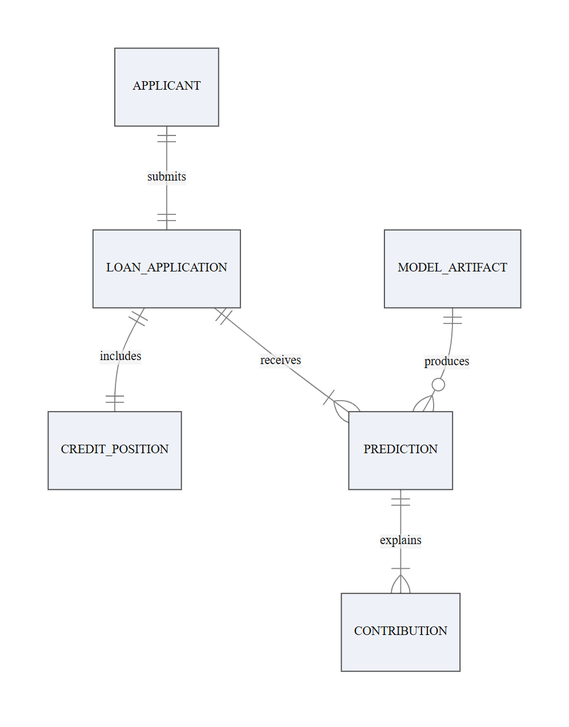
Earlier version of the Mermaid export report/assets/figures/fig-3-3-erd.png (gursimrannkaurr/credoscore). Its source is kept beside it as report/diagrams/fig-3-3-erd.mmd.
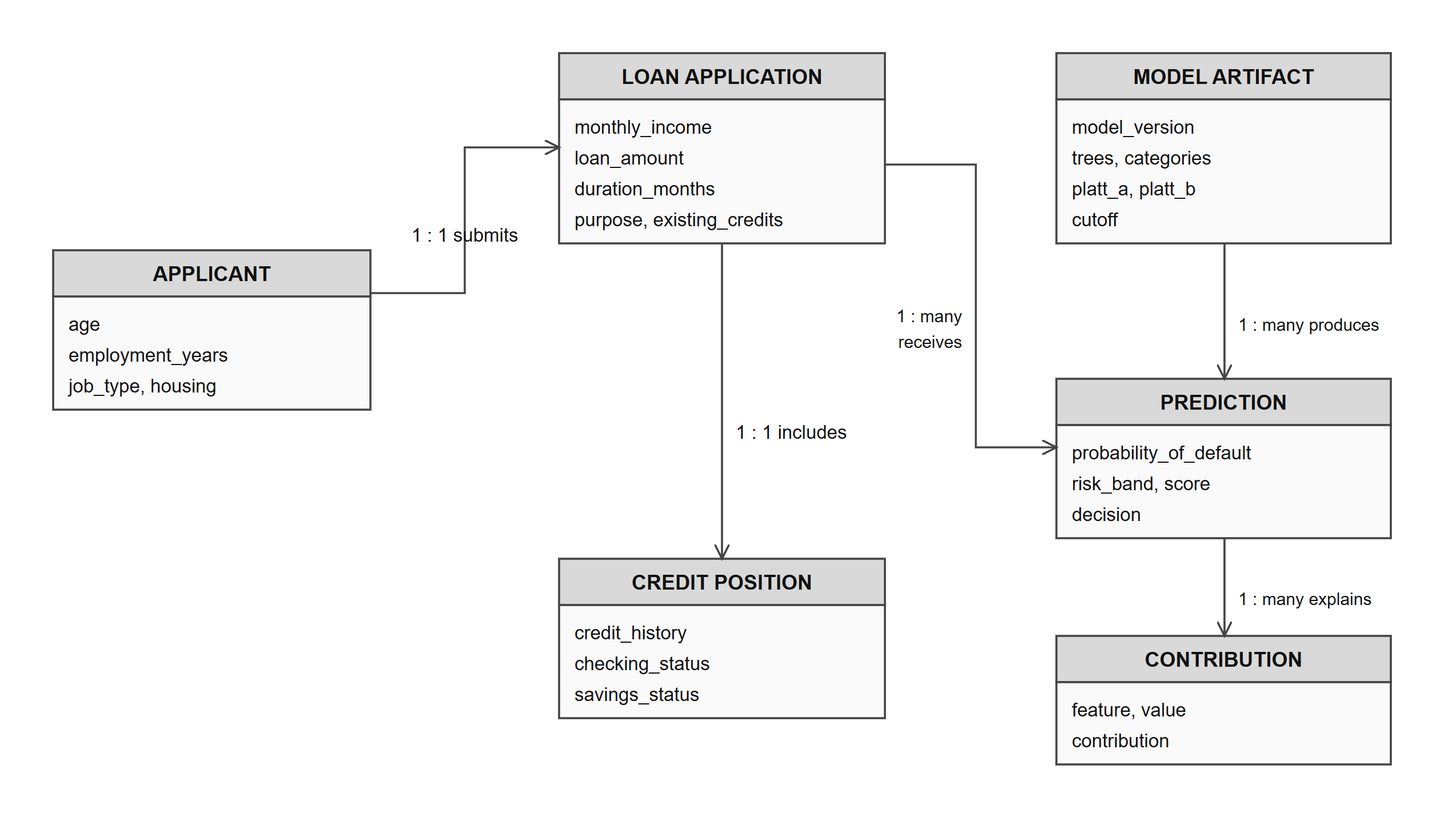
The same file after the commit.

The edit, as a diff of the source:
```diff
@@ -1,6 +1,49 @@
 erDiagram
- APPLICANT ||--|| LOAN_APPLICATION : submits
- LOAN_APPLICATION ||--|| CREDIT_POSITION : includes
- LOAN_APPLICATION ||--|{ PREDICTION : receives
- MODEL_ARTIFACT ||--o{ PREDICTION : produces
- PREDICTION ||--|{ CONTRIBUTION : explains
+    APPLICANT ||--o{ LOAN_APPLICATION : submits
+    LOAN_APPLICATION ||--|| CREDIT_POSITION : has
+    LOAN_APPLICATION ||--|| PREDICTION : receives
+    MODEL_ARTIFACT ||--o{ PREDICTION : produces
+    PREDICTION ||--o{ CONTRIBUTION : explains
+
+    APPLICANT {
+        int age
+        float employment_years
+        string job_type
+        string housing
+    }
+
+    LOAN_APPLICATION {
+        float monthly_income
+        float loan_amount
+        int duration_months
+        string purpose
+        int existing_credits
+    }
+
+    CREDIT_POSITION {
+        string credit_history
+        string checking_status
+        string savings_status
+    }
+
+    MODEL_ARTIFACT {
+        string model_version
+        float platt_a
+        float platt_b
+        float cutoff
+        float base_rate
+    }
+
+    PREDICTION {
+        float probability_of_default
+        string risk_band
+        int score
+        string decision
+    }
+
+    CONTRIBUTION {
+        string feature
+        string label
+        float value
+        float contribution
+    }
```
